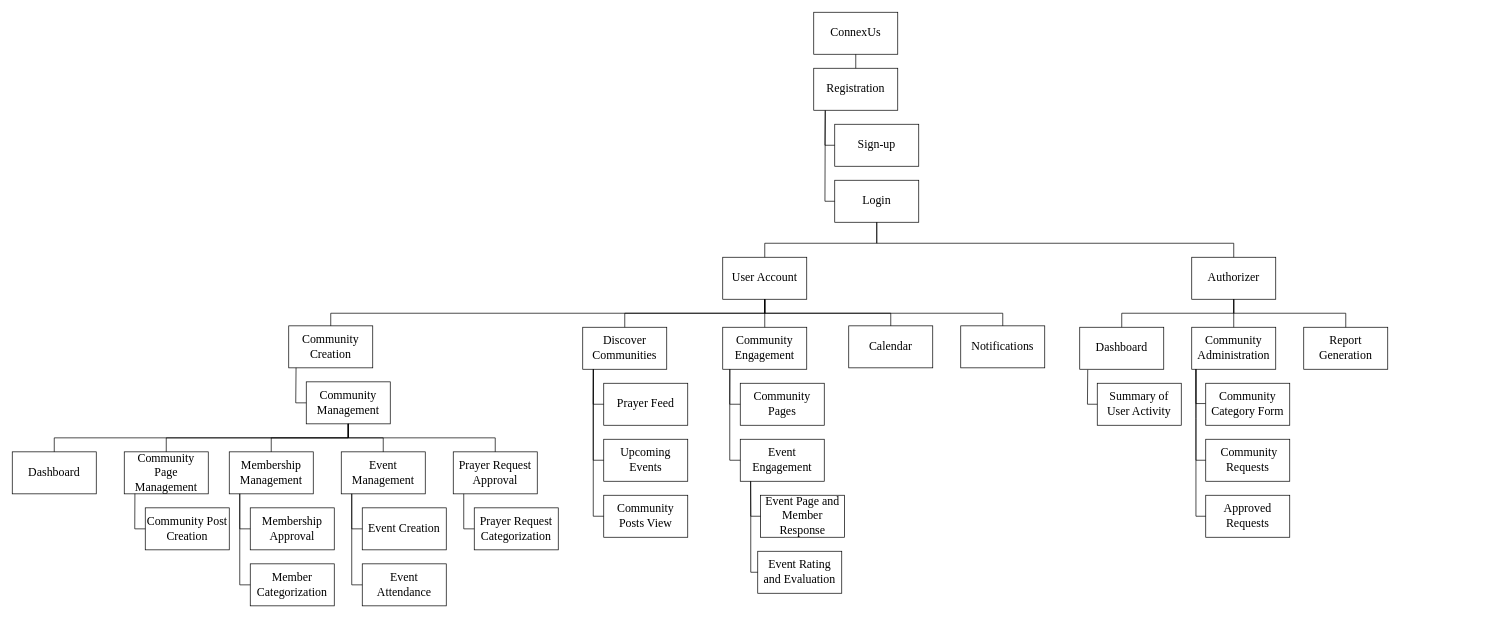
Before: page "Decomposition" (2 of 13) of ConnexUs_Chap3.drawio in gvillanueva01/ConnexUs_diagrams, a draw.io diagram. Source tidied: cells renumbered, new cells numbered last; positions are measured from the earlier drawing's top-left corner, leaving out a move shared by most shapes. Both pictures are drawn from the tidied source at 70%, with x=0, y=0 at pixel (12, 12).
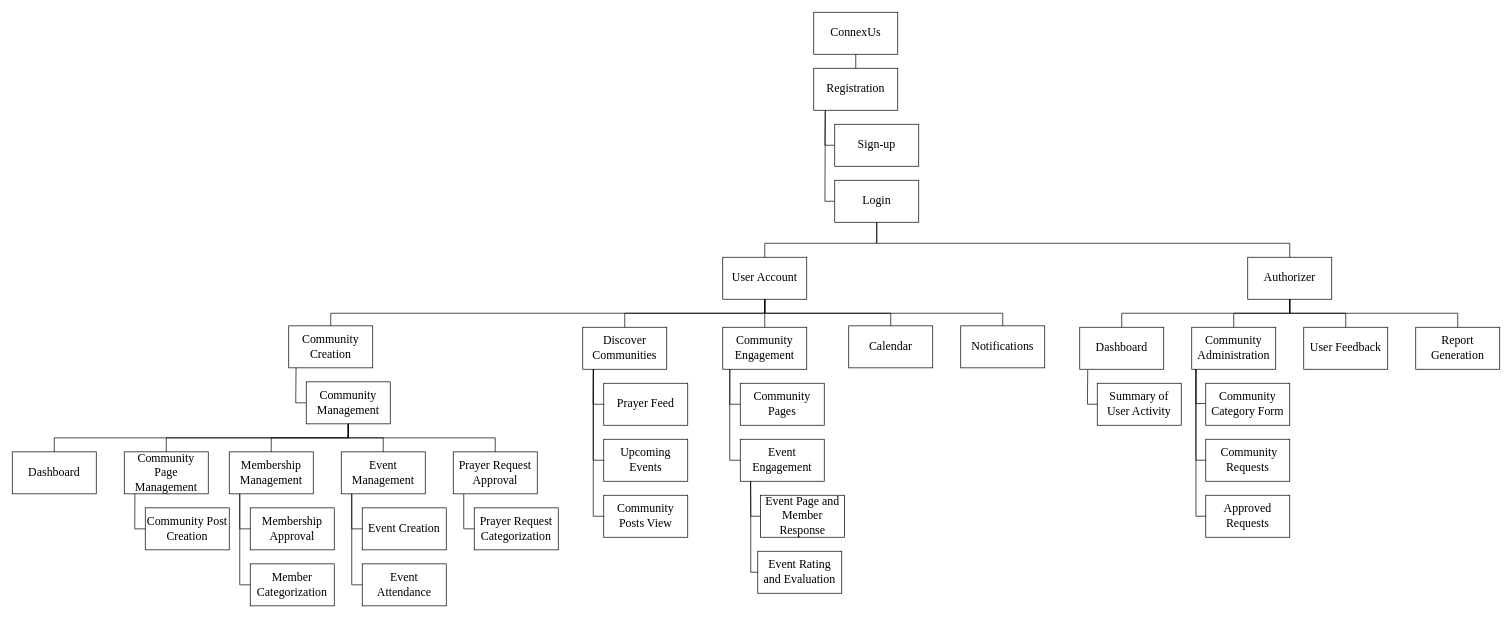
The same diagram, later.

Unchanged cells that the change refers to:
```xml
<mxCell id="26" value="Community Administration" style="rounded=0;whiteSpace=wrap;html=1;fontFamily=Times New Roman;fontSize=17;" parent="1" vertex="1">
  <mxGeometry x="1685" y="450" width="120" height="60" as="geometry" />
</mxCell>
<mxCell id="27" value="Dashboard" style="rounded=0;whiteSpace=wrap;html=1;fontFamily=Times New Roman;fontSize=17;" parent="1" vertex="1">
  <mxGeometry x="1525" y="450" width="120" height="60" as="geometry" />
</mxCell>
```

Diff of the diagram source:
```diff
@@
     <mxCell id="5" value="Authorizer" style="rounded=0;whiteSpace=wrap;html=1;fontFamily=Times New Roman;fontSize=17;" parent="1" vertex="1">
-      <mxGeometry x="1685" y="350" width="120" height="60" as="geometry" />
+      <mxGeometry x="1765" y="350" width="120" height="60" as="geometry" />
     </mxCell>
@@
-    <mxCell id="34" value="Report Generation" style="rounded=0;whiteSpace=wrap;html=1;fontFamily=Times New Roman;fontSize=17;" parent="1" vertex="1">
+    <mxCell id="34" value="User Feedback" style="rounded=0;whiteSpace=wrap;html=1;fontFamily=Times New Roman;fontSize=17;" parent="1" vertex="1">
       <mxGeometry x="1845" y="450" width="120" height="60" as="geometry" />
     </mxCell>
@@
     <mxCell id="42" style="endArrow=none;html=1;rounded=0;exitX=0.5;exitY=0;exitDx=0;exitDy=0;fontSize=17;" parent="1" edge="1" source="5">
       <mxGeometry relative="1" as="geometry">
         <mxPoint x="1235" y="300" as="targetPoint" />
         <Array as="points">
-          <mxPoint x="1745" y="330" />
+          <mxPoint x="1825" y="330" />
           <mxPoint x="1235" y="330" />
         </Array>
       </mxGeometry>
     </mxCell>
@@
     <mxCell id="67" style="endArrow=none;html=1;rounded=0;entryX=0.5;entryY=1;entryDx=0;entryDy=0;exitX=0.5;exitY=0;exitDx=0;exitDy=0;fontSize=17;" parent="1" edge="1" source="27" target="5">
       <mxGeometry relative="1" as="geometry">
         <Array as="points">
           <mxPoint x="1585" y="430" />
           <mxPoint x="1745" y="430" />
+          <mxPoint x="1825" y="430" />
         </Array>
       </mxGeometry>
     </mxCell>
     <mxCell id="68" style="endArrow=none;html=1;rounded=0;entryX=0.5;entryY=1;entryDx=0;entryDy=0;exitX=0.5;exitY=0;exitDx=0;exitDy=0;fontSize=17;" parent="1" edge="1" source="26" target="5">
-      <mxGeometry relative="1" as="geometry" />
+      <mxGeometry relative="1" as="geometry">
+        <Array as="points">
+          <mxPoint x="1745" y="430" />
+          <mxPoint x="1825" y="430" />
+        </Array>
+      </mxGeometry>
     </mxCell>
     <mxCell id="69" style="endArrow=none;html=1;rounded=0;entryX=0.5;entryY=1;entryDx=0;entryDy=0;exitX=0.5;exitY=0;exitDx=0;exitDy=0;fontSize=17;" parent="1" edge="1" source="34" target="5">
       <mxGeometry relative="1" as="geometry">
         <Array as="points">
           <mxPoint x="1905" y="430" />
-          <mxPoint x="1745" y="430" />
+          <mxPoint x="1825" y="430" />
         </Array>
       </mxGeometry>
     </mxCell>
@@
+    <mxCell id="75" value="Report Generation" style="rounded=0;whiteSpace=wrap;html=1;fontFamily=Times New Roman;fontSize=17;" parent="1" vertex="1">
+      <mxGeometry x="2005" y="450" width="120" height="60" as="geometry" />
+    </mxCell>
+    <mxCell id="76" style="endArrow=none;html=1;rounded=0;entryX=0.5;entryY=1;entryDx=0;entryDy=0;exitX=0.5;exitY=0;exitDx=0;exitDy=0;fontSize=17;" parent="1" edge="1" source="75" target="5">
+      <mxGeometry relative="1" as="geometry">
+        <Array as="points">
+          <mxPoint x="2065" y="430" />
+          <mxPoint x="1825" y="430" />
+        </Array>
+      </mxGeometry>
+    </mxCell>
```
